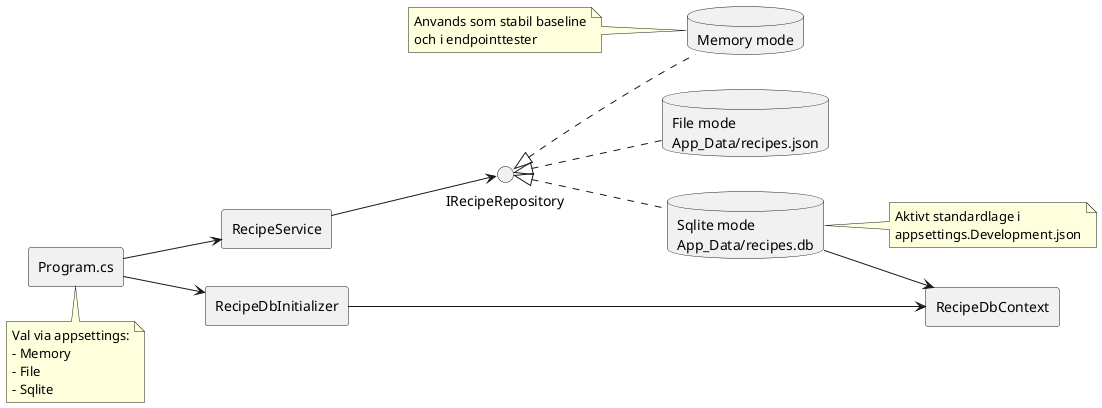
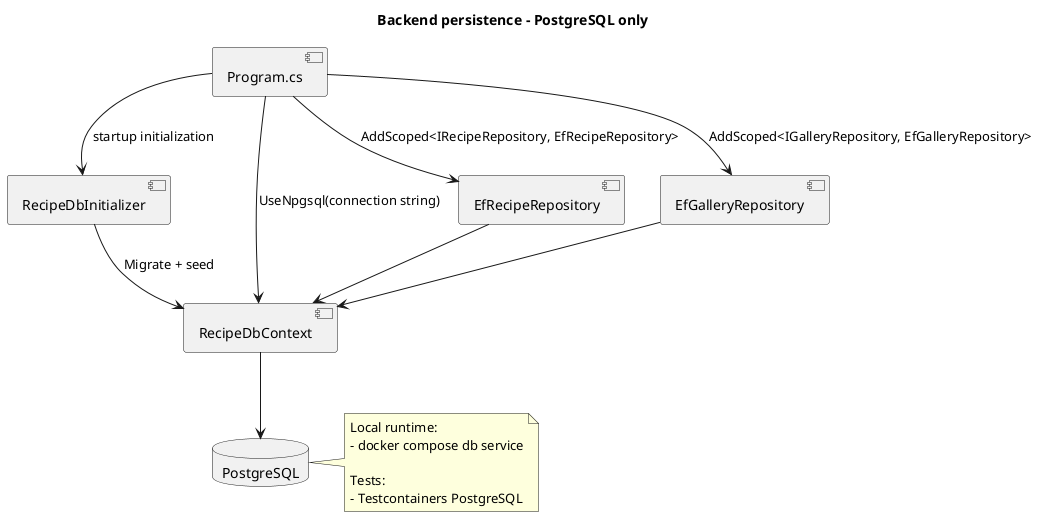
- @startuml Backend persistence modes
+ @startuml Backend PostgreSQL persistence

- left to right direction
+ title Backend persistence - PostgreSQL only

- rectangle "Program.cs" as Program
- rectangle "RecipeService" as Service
- interface "IRecipeRepository" as Repo
+ component "Program.cs" as Program
+ component "RecipeDbInitializer" as Initializer
+ component "RecipeDbContext" as DbContext
+ component "EfRecipeRepository" as RecipeRepo
+ component "EfGalleryRepository" as GalleryRepo
+ database "PostgreSQL" as Postgres

- database "Memory mode" as MemoryMode
- database "File mode\nApp_Data/recipes.json" as FileMode
- database "Sqlite mode\nApp_Data/recipes.db" as SqliteMode
+ Program --> DbContext : UseNpgsql(connection string)
+ Program --> RecipeRepo : AddScoped<IRecipeRepository, EfRecipeRepository>
+ Program --> GalleryRepo : AddScoped<IGalleryRepository, EfGalleryRepository>
+ Program --> Initializer : startup initialization

- rectangle "RecipeDbContext" as DbContext
- rectangle "RecipeDbInitializer" as DbInitializer
+ RecipeRepo --> DbContext
+ GalleryRepo --> DbContext
+ Initializer --> DbContext : Migrate + seed
+ DbContext --> Postgres

- Program --> Service
- Service --> Repo
+ note right of Postgres
+ Local runtime:
+ - docker compose db service

- Repo <|.. MemoryMode
- Repo <|.. FileMode
- Repo <|.. SqliteMode
- 
- SqliteMode --> DbContext
- Program --> DbInitializer
- DbInitializer --> DbContext
- 
- note bottom of Program
- Val via appsettings:
- - Memory
- - File
- - Sqlite
- end note
- 
- note right of SqliteMode
- Aktivt standardlage i
- appsettings.Development.json
- end note
- 
- note left of MemoryMode
- Anvands som stabil baseline
- och i endpointtester
+ Tests:
+ - Testcontainers PostgreSQL
end note

@enduml
